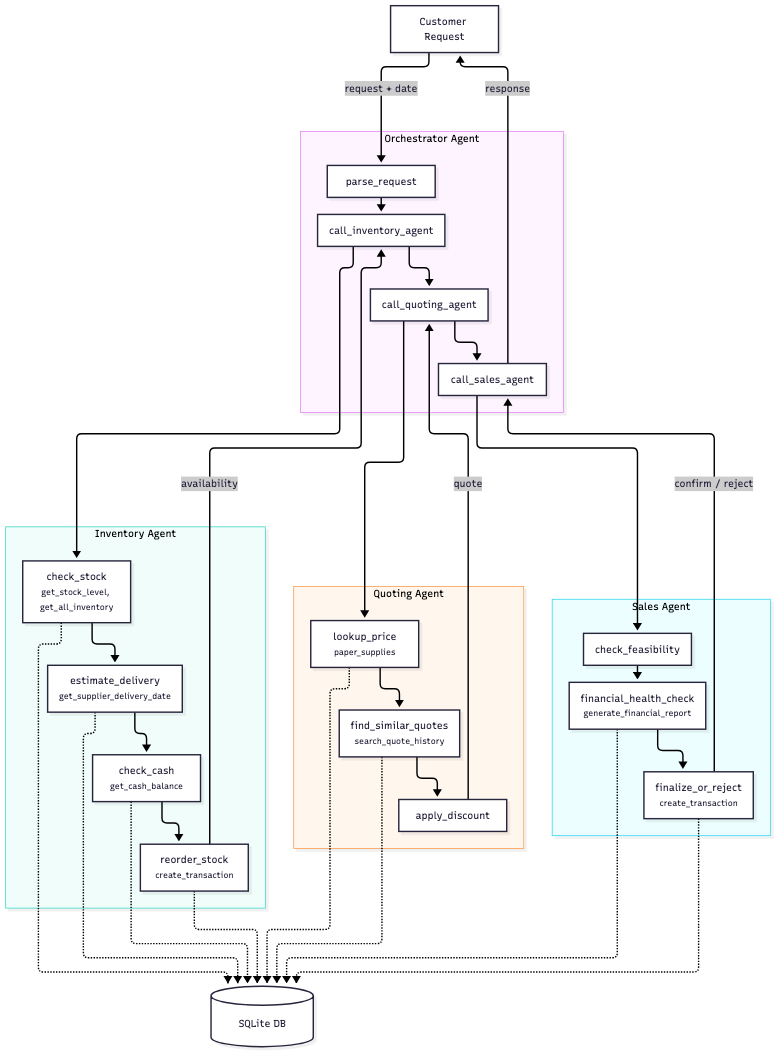
The Mermaid diagram workflow_diagram.png in cydal/PaperCompanyAgents, before a commit. Its source is kept beside it as workflow_diagram.mmd. Source of this version:
```mermaid
flowchart TD
    Customer["Customer Request"]

    subgraph ORCH["Orchestrator Agent"]
        direction TB
        O1["parse_request"]
        O2["call_inventory_agent"]
        O3["call_quoting_agent"]
        O4["call_sales_agent"]
    end

    subgraph INV["Inventory Agent"]
        direction TB
        I1["check_stock<br/><small>get_stock_level, get_all_inventory</small>"]
        I2["estimate_delivery<br/><small>get_supplier_delivery_date</small>"]
        I3["check_cash<br/><small>get_cash_balance</small>"]
        I4["reorder_stock<br/><small>create_transaction</small>"]
    end

    subgraph QUOTE["Quoting Agent"]
        direction TB
        Q1["lookup_price<br/><small>paper_supplies</small>"]
        Q2["find_similar_quotes<br/><small>search_quote_history</small>"]
        Q3["apply_discount"]
    end

    subgraph SALES["Sales Agent"]
        direction TB
        S1["check_feasibility"]
        S2["financial_health_check<br/><small>generate_financial_report</small>"]
        S3["finalize_or_reject<br/><small>create_transaction</small>"]
    end

    DB[("SQLite DB")]

    Customer -->|"request + date"| O1 --> O2
    O2 --> I1 --> I2 --> I3 --> I4
    I1 -.-> DB
    I2 -.-> DB
    I3 -.-> DB
    I4 -.-> DB
    I4 -->|"availability"| O2 --> O3
    O3 --> Q1 --> Q2 --> Q3
    Q1 -.-> DB
    Q2 -.-> DB
    Q3 -->|"quote"| O3 --> O4
    O4 --> S1 --> S2 --> S3
    S2 -.-> DB
    S3 -.-> DB
    S3 -->|"confirm / reject"| O4
    O4 -->|"response"| Customer
```
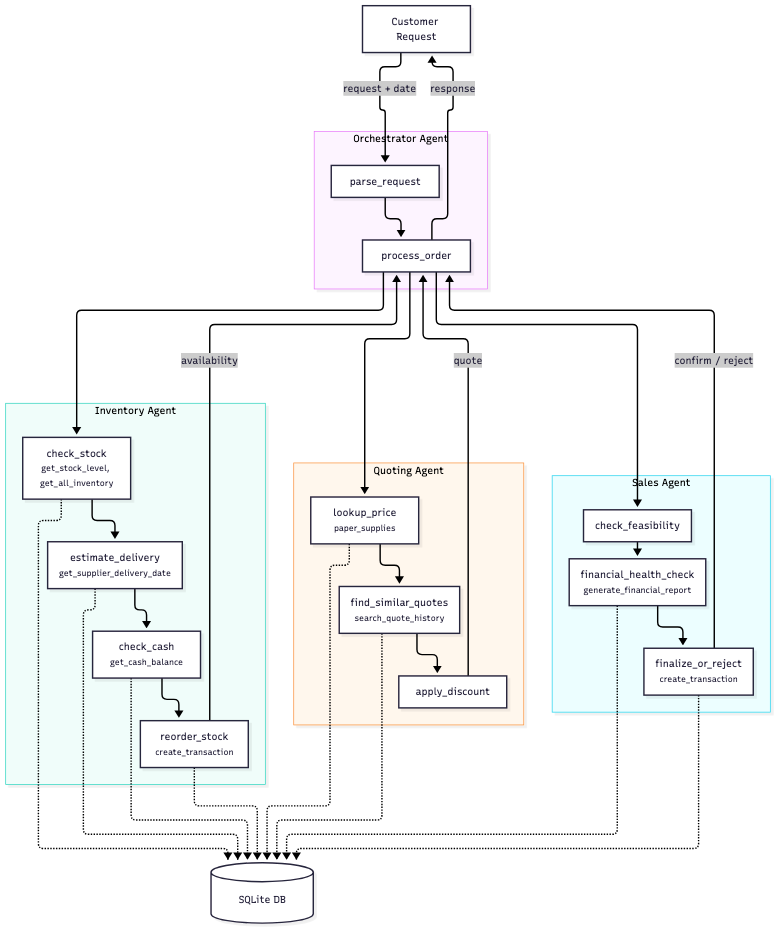
Later version of the same file.

Commit message:
update workflow diagram

The edit, as a diff of the source:
```diff
@@ -4,9 +4,7 @@
     subgraph ORCH["Orchestrator Agent"]
         direction TB
         O1["parse_request"]
-        O2["call_inventory_agent"]
-        O3["call_quoting_agent"]
-        O4["call_sales_agent"]
+        O2["process_order"]
     end
 
     subgraph INV["Inventory Agent"]
@@ -39,13 +37,13 @@
     I2 -.-> DB
     I3 -.-> DB
     I4 -.-> DB
-    I4 -->|"availability"| O2 --> O3
-    O3 --> Q1 --> Q2 --> Q3
+    I4 -->|"availability"| O2
+    O2 --> Q1 --> Q2 --> Q3
     Q1 -.-> DB
     Q2 -.-> DB
-    Q3 -->|"quote"| O3 --> O4
-    O4 --> S1 --> S2 --> S3
+    Q3 -->|"quote"| O2
+    O2 --> S1 --> S2 --> S3
     S2 -.-> DB
     S3 -.-> DB
-    S3 -->|"confirm / reject"| O4
-    O4 -->|"response"| Customer
+    S3 -->|"confirm / reject"| O2
+    O2 -->|"response"| Customer
```
